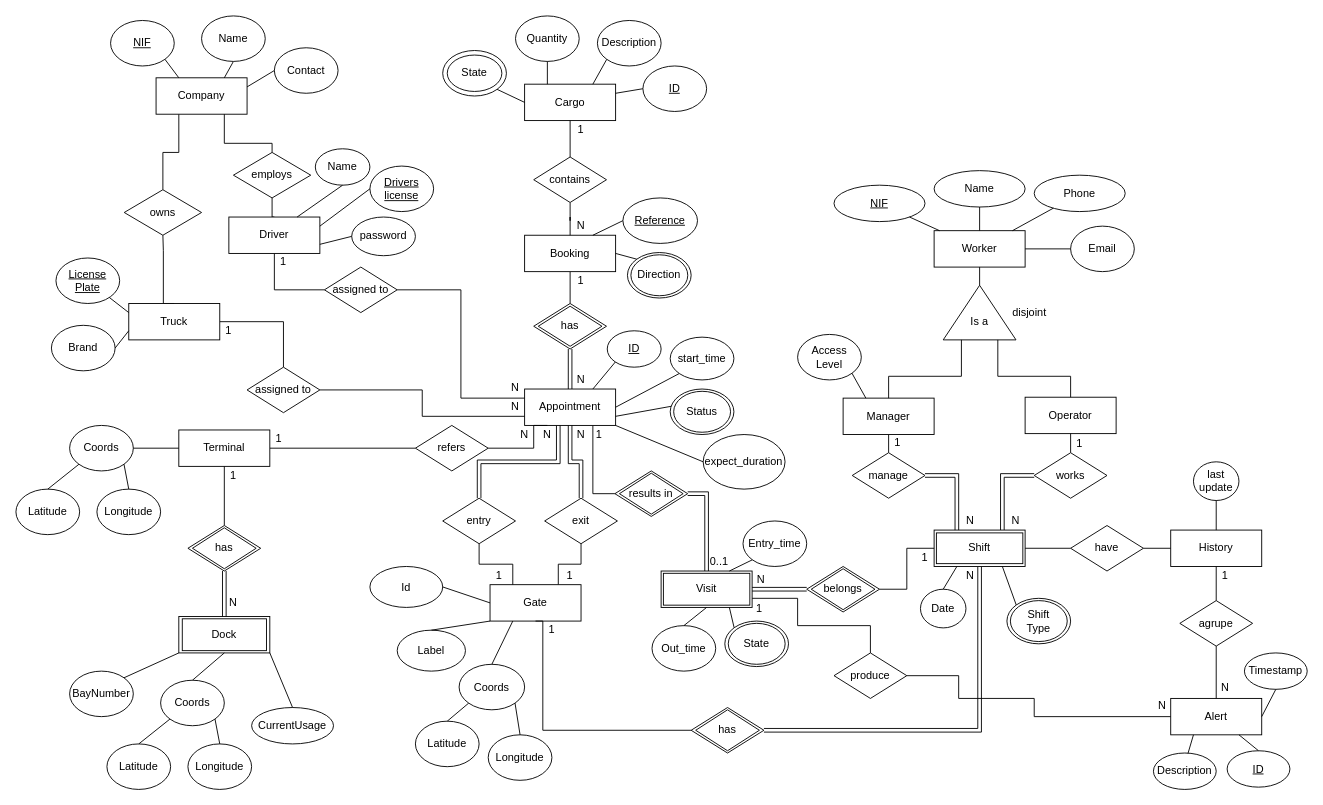
The draw.io diagram docs/BD/Relacional/DER-BD-IntelligentLogistics.drawio in PEI-HAZARDS/IntelligentLogistics, before the edit. Source tidied: cells renumbered, new cells numbered last; positions are measured from the earlier drawing's top-left corner, leaving out a move shared by most shapes. Both pictures are drawn from the tidied source at 91%, with x=0, y=0 at pixel (15, 15).
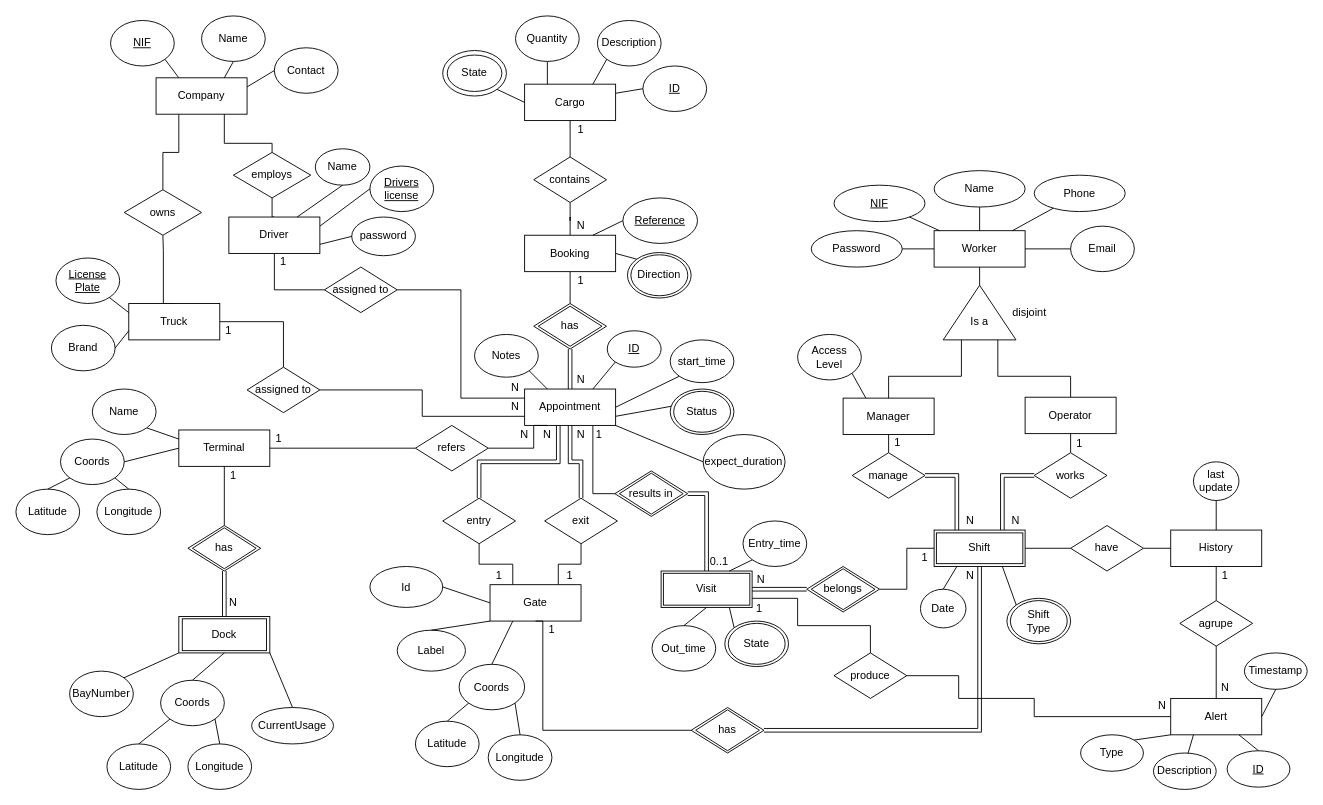
The same diagram, later.

Unchanged cells that the change refers to:
```xml
<mxCell id="12" value="Worker" style="whiteSpace=wrap;html=1;align=center;" parent="1" vertex="1">
  <mxGeometry x="1009" y="236" width="100" height="40" as="geometry" />
</mxCell>
<mxCell id="16" value="Appointment" style="whiteSpace=wrap;html=1;align=center;" parent="1" vertex="1">
  <mxGeometry x="559" y="410" width="100" height="40" as="geometry" />
</mxCell>
<mxCell id="37" value="Terminal" style="whiteSpace=wrap;html=1;align=center;" parent="1" vertex="1">
  <mxGeometry x="179" y="455" width="100" height="40" as="geometry" />
</mxCell>
<mxCell id="194" value="Alert" style="whiteSpace=wrap;html=1;align=center;" parent="1" vertex="1">
  <mxGeometry x="1269" y="750" width="100" height="40" as="geometry" />
</mxCell>
```

Diff of the diagram source:
```diff
@@
     <mxCell id="115" value="start_time" style="ellipse;whiteSpace=wrap;html=1;align=center;" parent="1" vertex="1">
-      <mxGeometry x="719" y="353" width="70" height="47" as="geometry" />
+      <mxGeometry x="719" y="356" width="70" height="47" as="geometry" />
     </mxCell>
@@
     <mxCell id="150" value="Coords" style="ellipse;whiteSpace=wrap;html=1;align=center;" parent="1" vertex="1">
-      <mxGeometry x="59" y="450" width="70" height="50" as="geometry" />
+      <mxGeometry x="49" y="465" width="70" height="50" as="geometry" />
     </mxCell>
@@
+    <mxCell id="211" style="edgeStyle=none;html=1;exitX=1;exitY=1;exitDx=0;exitDy=0;entryX=0;entryY=0.25;entryDx=0;entryDy=0;endArrow=none;endFill=0;" parent="1" edge="1" source="212" target="37">
+      <mxGeometry relative="1" as="geometry" />
+    </mxCell>
+    <mxCell id="212" value="Name" style="ellipse;whiteSpace=wrap;html=1;align=center;" parent="1" vertex="1">
+      <mxGeometry x="84" y="410" width="70" height="50" as="geometry" />
+    </mxCell>
+    <mxCell id="213" style="edgeStyle=none;html=1;exitX=1;exitY=0.5;exitDx=0;exitDy=0;entryX=0;entryY=0.5;entryDx=0;entryDy=0;endArrow=none;endFill=0;" parent="1" edge="1" source="214" target="12">
+      <mxGeometry relative="1" as="geometry" />
+    </mxCell>
+    <mxCell id="214" value="Password" style="ellipse;whiteSpace=wrap;html=1;align=center;" parent="1" vertex="1">
+      <mxGeometry x="874" y="236" width="100" height="40" as="geometry" />
+    </mxCell>
+    <mxCell id="215" style="edgeStyle=none;html=1;exitX=1;exitY=1;exitDx=0;exitDy=0;entryX=0.25;entryY=0;entryDx=0;entryDy=0;endArrow=none;endFill=0;" parent="1" edge="1" source="216" target="16">
+      <mxGeometry relative="1" as="geometry" />
+    </mxCell>
+    <mxCell id="216" value="Notes" style="ellipse;whiteSpace=wrap;html=1;align=center;" parent="1" vertex="1">
+      <mxGeometry x="504" y="350" width="70" height="47" as="geometry" />
+    </mxCell>
+    <mxCell id="217" style="edgeStyle=none;html=1;exitX=1;exitY=0;exitDx=0;exitDy=0;entryX=0;entryY=1;entryDx=0;entryDy=0;endArrow=none;endFill=0;" parent="1" edge="1" source="218" target="194">
+      <mxGeometry relative="1" as="geometry" />
+    </mxCell>
+    <mxCell id="218" value="Type" style="ellipse;whiteSpace=wrap;html=1;align=center;" parent="1" vertex="1">
+      <mxGeometry x="1170" y="790" width="69" height="40" as="geometry" />
+    </mxCell>
```
